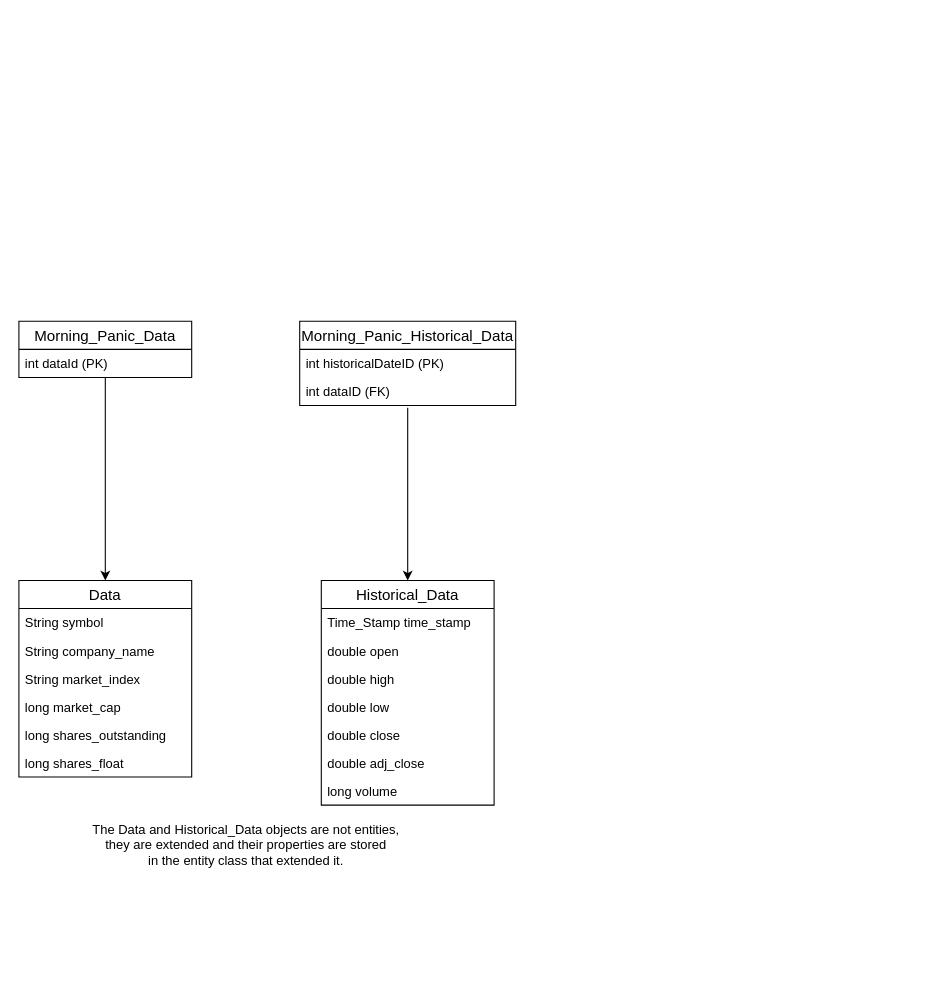
Earlier version of the draw.io diagram diagrams/Database Entities.drawio (hamzaali360/Stock-Data-Record-System). Source tidied: cells renumbered, new cells numbered last; positions are measured from the earlier drawing's top-left corner, leaving out a move shared by most shapes. Both pictures are drawn from the tidied source at 108%, with x=0, y=0 at pixel (18, 321).
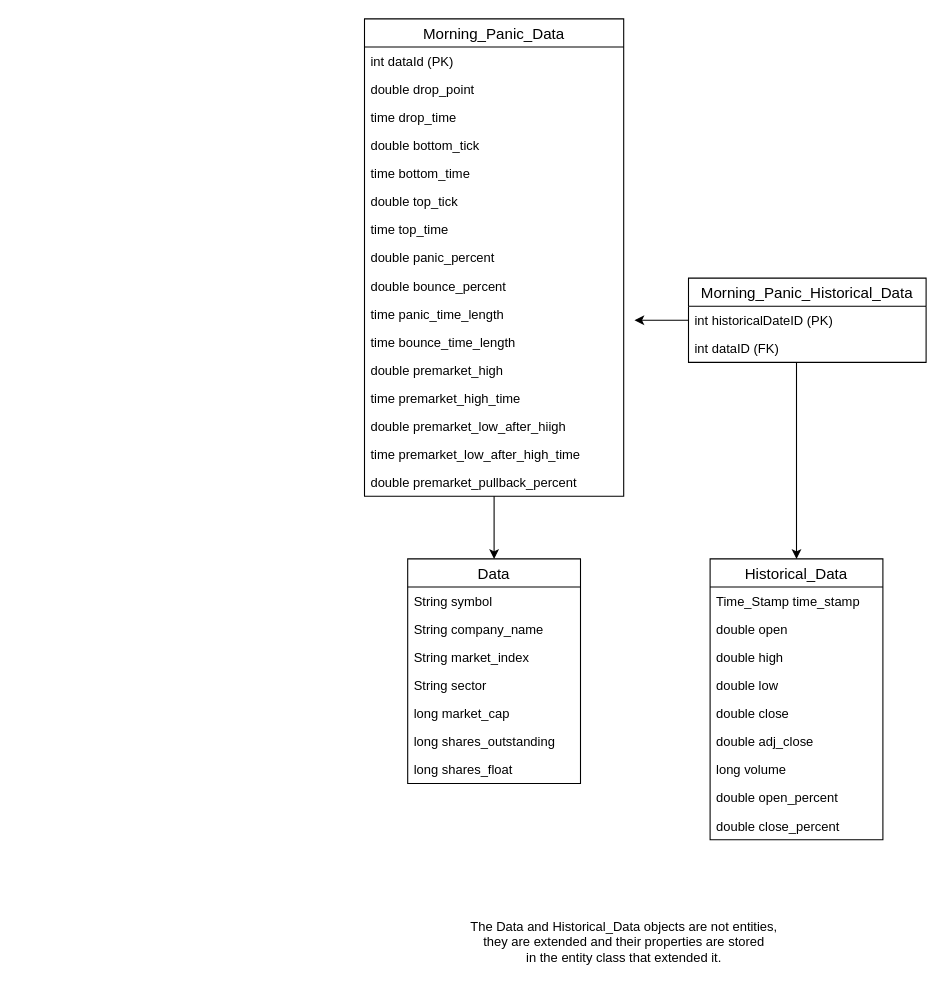
Above is the later version.

The edit, as a diff of the source:
```diff
@@
+    <mxCell id="23" style="edgeStyle=orthogonalEdgeStyle;rounded=0;jettySize=auto;html=1;" parent="1" edge="1" source="19" target="2">
+      <mxGeometry relative="1" as="geometry">
+        <Array as="points">
+          <mxPoint x="720" y="70" />
+          <mxPoint x="720" y="70" />
+        </Array>
+      </mxGeometry>
+    </mxCell>
+    <mxCell id="24" value="The Data and Historical_Data objects are not entities, &lt;br&gt;they are extended&amp;nbsp;and their properties are stored &lt;br&gt;in the entity class that extended it." style="text;html=1;align=center;verticalAlign=middle;" parent="1" vertex="1">
+      <mxGeometry x="400" y="550" width="320" height="50" as="geometry" />
+    </mxCell>
+    <mxCell id="25" style="edgeStyle=orthogonalEdgeStyle;rounded=0;jettySize=auto;html=1;" parent="1" edge="1" source="43" target="10">
+      <mxGeometry relative="1" as="geometry">
+        <Array as="points">
+          <mxPoint x="440" y="160" />
+          <mxPoint x="440" y="160" />
+        </Array>
+      </mxGeometry>
+    </mxCell>
     <mxCell id="2" value="Historical_Data" style="swimlane;fontStyle=0;horizontal=1;startSize=26;align=center;fontSize=14;" parent="1" vertex="1">
-      <mxGeometry x="280" y="240" width="160" height="208" as="geometry" />
+      <mxGeometry x="640" y="220" width="160" height="260" as="geometry" />
     </mxCell>
@@
+    <mxCell id="26" value="double open_percent" style="text;strokeColor=none;fillColor=none;spacingLeft=4;spacingRight=4;overflow=hidden;fontSize=12;" parent="2" vertex="1">
+      <mxGeometry y="208" width="160" height="26" as="geometry" />
+    </mxCell>
+    <mxCell id="27" value="double close_percent&#10;" style="text;strokeColor=none;fillColor=none;spacingLeft=4;spacingRight=4;overflow=hidden;fontSize=12;" parent="2" vertex="1">
+      <mxGeometry y="234" width="160" height="26" as="geometry" />
+    </mxCell>
     <mxCell id="10" value="Data" style="swimlane;fontStyle=0;horizontal=1;startSize=26;align=center;fontSize=14;" parent="1" vertex="1">
-      <mxGeometry y="240" width="160" height="182" as="geometry" />
+      <mxGeometry x="360" y="220" width="160" height="208" as="geometry" />
     </mxCell>
@@
+    <mxCell id="28" value="String sector" style="text;strokeColor=none;fillColor=none;spacingLeft=4;spacingRight=4;overflow=hidden;fontSize=12;" parent="10" vertex="1">
+      <mxGeometry y="104" width="160" height="26" as="geometry" />
+    </mxCell>
     <mxCell id="14" value="long market_cap" style="text;strokeColor=none;fillColor=none;spacingLeft=4;spacingRight=4;overflow=hidden;fontSize=12;" parent="10" vertex="1">
-      <mxGeometry y="104" width="160" height="26" as="geometry" />
+      <mxGeometry y="130" width="160" height="26" as="geometry" />
     </mxCell>
     <mxCell id="15" value="long shares_outstanding" style="text;strokeColor=none;fillColor=none;spacingLeft=4;spacingRight=4;overflow=hidden;fontSize=12;" parent="10" vertex="1">
-      <mxGeometry y="130" width="160" height="26" as="geometry" />
+      <mxGeometry y="156" width="160" height="26" as="geometry" />
     </mxCell>
     <mxCell id="16" value="long shares_float" style="text;strokeColor=none;fillColor=none;spacingLeft=4;spacingRight=4;overflow=hidden;fontSize=12;" parent="10" vertex="1">
-      <mxGeometry y="156" width="160" height="26" as="geometry" />
+      <mxGeometry y="182" width="160" height="26" as="geometry" />
     </mxCell>
+    <mxCell id="20" value="Morning_Panic_Data" style="swimlane;fontStyle=0;horizontal=1;startSize=26;align=center;fontSize=14;" parent="1" vertex="1">
+      <mxGeometry x="320" y="-280" width="240" height="442" as="geometry" />
+    </mxCell>
+    <mxCell id="21" value="int dataId (PK)" style="text;strokeColor=none;fillColor=none;spacingLeft=4;spacingRight=4;overflow=hidden;points=[[0,0.5],[1,0.5]];portConstraint=eastwest;fontSize=12;" parent="20" vertex="1">
+      <mxGeometry y="26" width="240" height="26" as="geometry" />
+    </mxCell>
+    <mxCell id="29" value="double drop_point" style="text;strokeColor=none;fillColor=none;spacingLeft=4;spacingRight=4;overflow=hidden;fontSize=12;" parent="20" vertex="1">
+      <mxGeometry y="52" width="240" height="26" as="geometry" />
+    </mxCell>
+    <mxCell id="30" value="time drop_time" style="text;strokeColor=none;fillColor=none;spacingLeft=4;spacingRight=4;overflow=hidden;fontSize=12;" parent="20" vertex="1">
+      <mxGeometry y="78" width="240" height="26" as="geometry" />
+    </mxCell>
+    <mxCell id="31" value="double bottom_tick" style="text;strokeColor=none;fillColor=none;spacingLeft=4;spacingRight=4;overflow=hidden;fontSize=12;" parent="20" vertex="1">
+      <mxGeometry y="104" width="240" height="26" as="geometry" />
+    </mxCell>
+    <mxCell id="32" value="time bottom_time" style="text;strokeColor=none;fillColor=none;spacingLeft=4;spacingRight=4;overflow=hidden;fontSize=12;" parent="20" vertex="1">
+      <mxGeometry y="130" width="240" height="26" as="geometry" />
+    </mxCell>
+    <mxCell id="33" value="double top_tick" style="text;strokeColor=none;fillColor=none;spacingLeft=4;spacingRight=4;overflow=hidden;fontSize=12;" parent="20" vertex="1">
+      <mxGeometry y="156" width="240" height="26" as="geometry" />
+    </mxCell>
+    <mxCell id="34" value="time top_time" style="text;strokeColor=none;fillColor=none;spacingLeft=4;spacingRight=4;overflow=hidden;fontSize=12;" parent="20" vertex="1">
+      <mxGeometry y="182" width="240" height="26" as="geometry" />
+    </mxCell>
+    <mxCell id="35" value="double panic_percent" style="text;strokeColor=none;fillColor=none;spacingLeft=4;spacingRight=4;overflow=hidden;fontSize=12;" parent="20" vertex="1">
+      <mxGeometry y="208" width="240" height="26" as="geometry" />
+    </mxCell>
+    <mxCell id="36" value="double bounce_percent" style="text;strokeColor=none;fillColor=none;spacingLeft=4;spacingRight=4;overflow=hidden;fontSize=12;" parent="20" vertex="1">
+      <mxGeometry y="234" width="240" height="26" as="geometry" />
+    </mxCell>
+    <mxCell id="37" value="time panic_time_length" style="text;strokeColor=none;fillColor=none;spacingLeft=4;spacingRight=4;overflow=hidden;fontSize=12;" parent="20" vertex="1">
+      <mxGeometry y="260" width="240" height="26" as="geometry" />
+    </mxCell>
+    <mxCell id="38" value="time bounce_time_length" style="text;strokeColor=none;fillColor=none;spacingLeft=4;spacingRight=4;overflow=hidden;fontSize=12;" parent="20" vertex="1">
+      <mxGeometry y="286" width="240" height="26" as="geometry" />
+    </mxCell>
+    <mxCell id="39" value="double premarket_high" style="text;strokeColor=none;fillColor=none;spacingLeft=4;spacingRight=4;overflow=hidden;fontSize=12;" parent="20" vertex="1">
+      <mxGeometry y="312" width="240" height="26" as="geometry" />
+    </mxCell>
+    <mxCell id="40" value="time premarket_high_time" style="text;strokeColor=none;fillColor=none;spacingLeft=4;spacingRight=4;overflow=hidden;fontSize=12;" parent="20" vertex="1">
+      <mxGeometry y="338" width="240" height="26" as="geometry" />
+    </mxCell>
+    <mxCell id="41" value="double premarket_low_after_hiigh&#10;" style="text;strokeColor=none;fillColor=none;spacingLeft=4;spacingRight=4;overflow=hidden;fontSize=12;" parent="20" vertex="1">
+      <mxGeometry y="364" width="240" height="26" as="geometry" />
+    </mxCell>
+    <mxCell id="42" value="time premarket_low_after_high_time" style="text;strokeColor=none;fillColor=none;spacingLeft=4;spacingRight=4;overflow=hidden;fontSize=12;" parent="20" vertex="1">
+      <mxGeometry y="390" width="240" height="26" as="geometry" />
+    </mxCell>
+    <mxCell id="43" value="double premarket_pullback_percent" style="text;strokeColor=none;fillColor=none;spacingLeft=4;spacingRight=4;overflow=hidden;points=[[0,0.5],[1,0.5]];portConstraint=eastwest;fontSize=12;" parent="20" vertex="1">
+      <mxGeometry y="416" width="240" height="26" as="geometry" />
+    </mxCell>
+    <mxCell id="44" style="edgeStyle=orthogonalEdgeStyle;rounded=0;jettySize=auto;html=1;" parent="1" edge="1" source="17">
+      <mxGeometry relative="1" as="geometry">
+        <mxPoint x="570" y="-1" as="targetPoint" />
+      </mxGeometry>
+    </mxCell>
     <mxCell id="17" value="Morning_Panic_Historical_Data" style="swimlane;fontStyle=0;horizontal=1;startSize=26;align=center;fontSize=14;" parent="1" vertex="1">
-      <mxGeometry x="260" width="200" height="78" as="geometry" />
+      <mxGeometry x="620" y="-40" width="220" height="78" as="geometry" />
     </mxCell>
     <mxCell id="18" value="int historicalDateID (PK)" style="text;strokeColor=none;fillColor=none;spacingLeft=4;spacingRight=4;overflow=hidden;fontSize=12;" parent="17" vertex="1">
-      <mxGeometry y="26" width="200" height="26" as="geometry" />
+      <mxGeometry y="26" width="220" height="26" as="geometry" />
     </mxCell>
     <mxCell id="19" value="int dataID (FK)" style="text;strokeColor=none;fillColor=none;spacingLeft=4;spacingRight=4;overflow=hidden;points=[[0,0.5],[1,0.5]];portConstraint=eastwest;fontSize=12;" parent="17" vertex="1">
-      <mxGeometry y="52" width="200" height="26" as="geometry" />
+      <mxGeometry y="52" width="220" height="26" as="geometry" />
     </mxCell>
-    <mxCell id="20" value="Morning_Panic_Data" style="swimlane;fontStyle=0;horizontal=1;startSize=26;align=center;fontSize=14;" parent="1" vertex="1">
-      <mxGeometry width="160" height="52" as="geometry" />
-    </mxCell>
-    <mxCell id="21" value="int dataId (PK)" style="text;strokeColor=none;fillColor=none;spacingLeft=4;spacingRight=4;overflow=hidden;points=[[0,0.5],[1,0.5]];portConstraint=eastwest;fontSize=12;" parent="20" vertex="1">
-      <mxGeometry y="26" width="160" height="26" as="geometry" />
-    </mxCell>
-    <mxCell id="22" style="edgeStyle=orthogonalEdgeStyle;rounded=0;jettySize=auto;html=1;" parent="1" edge="1" source="21" target="10">
-      <mxGeometry relative="1" as="geometry">
-        <Array as="points">
-          <mxPoint x="80" y="110" />
-          <mxPoint x="80" y="110" />
-        </Array>
-      </mxGeometry>
-    </mxCell>
-    <mxCell id="23" style="edgeStyle=orthogonalEdgeStyle;rounded=0;jettySize=auto;html=1;" parent="1" edge="1" target="2">
-      <mxGeometry relative="1" as="geometry">
-        <mxPoint x="360" y="80" as="sourcePoint" />
-        <Array as="points">
-          <mxPoint x="360" y="140" />
-          <mxPoint x="360" y="140" />
-        </Array>
-      </mxGeometry>
-    </mxCell>
-    <mxCell id="24" value="The Data and Historical_Data objects are not entities, &lt;br&gt;they are extended&amp;nbsp;and their properties are stored &lt;br&gt;in the entity class that extended it." style="text;html=1;align=center;verticalAlign=middle;" parent="1" vertex="1">
-      <mxGeometry x="50" y="460" width="320" height="50" as="geometry" />
-    </mxCell>
```
